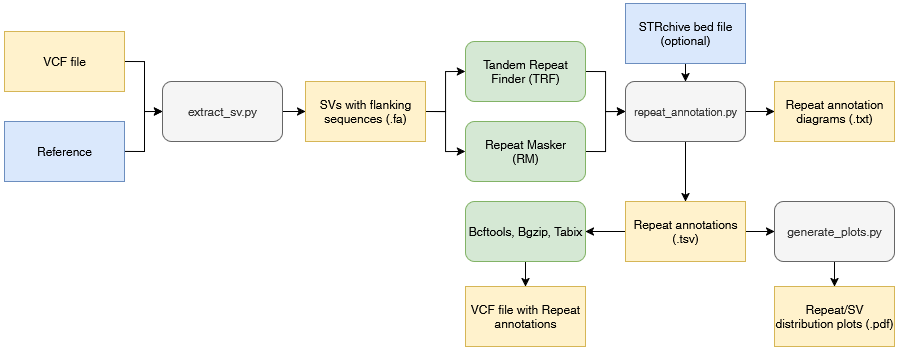
Earlier version of the draw.io export images/SVscanner_workflow.png (GenTechGp/SVscanner). Source tidied: cells renumbered, new cells last; positions are measured from the earlier drawing's top-left corner, leaving out a move shared by most shapes.
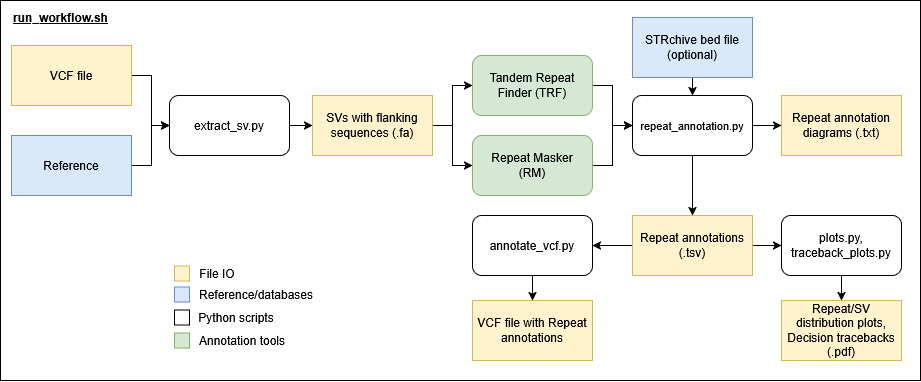
The same file after the commit.

What changed in the source:
```diff
@@ -2,89 +2,119 @@
   <root>
     <mxCell id="0" />
     <mxCell id="1" parent="0" />
+    <mxCell id="30" style="rounded=0;whiteSpace=wrap;html=1;" parent="1" vertex="1">
+      <mxGeometry x="-11" y="-17" width="920" height="380" as="geometry" />
+    </mxCell>
-    <mxCell id="2" style="edgeStyle=orthogonalEdgeStyle;rounded=0;jettySize=auto;html=1;exitX=1;exitY=0.5;exitDx=0;exitDy=0;entryX=0;entryY=0.5;entryDx=0;entryDy=0;" parent="1" edge="1" source="3" target="7">
+    <mxCell id="2" style="edgeStyle=orthogonalEdgeStyle;rounded=0;jettySize=auto;html=1;exitX=1;exitY=0.5;exitDx=0;exitDy=0;entryX=0;entryY=0.5;entryDx=0;entryDy=0;labelBackgroundColor=none;fontColor=default;" parent="1" edge="1" source="3" target="7">
       <mxGeometry relative="1" as="geometry" />
     </mxCell>
-    <mxCell id="3" value="VCF file" style="rounded=0;whiteSpace=wrap;html=1;fillColor=#fff2cc;strokeColor=#d6b656;" parent="1" vertex="1">
+    <mxCell id="3" value="VCF file" style="rounded=0;whiteSpace=wrap;html=1;labelBackgroundColor=none;fillColor=#fff2cc;strokeColor=#d6b656;" parent="1" vertex="1">
       <mxGeometry y="28" width="120" height="60" as="geometry" />
     </mxCell>
-    <mxCell id="4" style="edgeStyle=orthogonalEdgeStyle;rounded=0;jettySize=auto;html=1;exitX=1;exitY=0.5;exitDx=0;exitDy=0;" parent="1" edge="1" source="5" target="7">
+    <mxCell id="4" style="edgeStyle=orthogonalEdgeStyle;rounded=0;jettySize=auto;html=1;exitX=1;exitY=0.5;exitDx=0;exitDy=0;labelBackgroundColor=none;fontColor=default;" parent="1" edge="1" source="5" target="7">
       <mxGeometry relative="1" as="geometry" />
     </mxCell>
-    <mxCell id="5" value="&lt;div&gt;Reference&lt;/div&gt;" style="rounded=0;whiteSpace=wrap;html=1;fillColor=#dae8fc;strokeColor=#6c8ebf;" parent="1" vertex="1">
+    <mxCell id="5" value="&lt;div&gt;Reference&lt;/div&gt;" style="rounded=0;whiteSpace=wrap;html=1;labelBackgroundColor=none;fillColor=#dae8fc;strokeColor=#6c8ebf;" parent="1" vertex="1">
       <mxGeometry y="118" width="120" height="60" as="geometry" />
     </mxCell>
-    <mxCell id="6" style="edgeStyle=orthogonalEdgeStyle;rounded=0;jettySize=auto;html=1;exitX=1;exitY=0.5;exitDx=0;exitDy=0;entryX=0;entryY=0.5;entryDx=0;entryDy=0;" parent="1" edge="1" source="7" target="10">
+    <mxCell id="6" style="edgeStyle=orthogonalEdgeStyle;rounded=0;jettySize=auto;html=1;exitX=1;exitY=0.5;exitDx=0;exitDy=0;entryX=0;entryY=0.5;entryDx=0;entryDy=0;labelBackgroundColor=none;fontColor=default;" parent="1" edge="1" source="7" target="10">
       <mxGeometry relative="1" as="geometry" />
     </mxCell>
-    <mxCell id="7" value="extract_sv.py" style="rounded=1;whiteSpace=wrap;html=1;fillColor=#f5f5f5;strokeColor=#666666;fontColor=#333333;" parent="1" vertex="1">
+    <mxCell id="7" value="extract_sv.py" style="rounded=1;whiteSpace=wrap;html=1;labelBackgroundColor=none;" parent="1" vertex="1">
       <mxGeometry x="158" y="78" width="120" height="60" as="geometry" />
     </mxCell>
-    <mxCell id="8" style="edgeStyle=orthogonalEdgeStyle;rounded=0;jettySize=auto;html=1;exitX=1;exitY=0.5;exitDx=0;exitDy=0;entryX=0;entryY=0.5;entryDx=0;entryDy=0;" parent="1" edge="1" source="10" target="12">
+    <mxCell id="8" style="edgeStyle=orthogonalEdgeStyle;rounded=0;jettySize=auto;html=1;exitX=1;exitY=0.5;exitDx=0;exitDy=0;entryX=0;entryY=0.5;entryDx=0;entryDy=0;labelBackgroundColor=none;fontColor=default;" parent="1" edge="1" source="10" target="12">
       <mxGeometry relative="1" as="geometry" />
     </mxCell>
-    <mxCell id="9" style="edgeStyle=orthogonalEdgeStyle;rounded=0;jettySize=auto;html=1;exitX=1;exitY=0.5;exitDx=0;exitDy=0;entryX=0;entryY=0.5;entryDx=0;entryDy=0;" parent="1" edge="1" source="10" target="14">
+    <mxCell id="9" style="edgeStyle=orthogonalEdgeStyle;rounded=0;jettySize=auto;html=1;exitX=1;exitY=0.5;exitDx=0;exitDy=0;entryX=0;entryY=0.5;entryDx=0;entryDy=0;labelBackgroundColor=none;fontColor=default;" parent="1" edge="1" source="10" target="14">
       <mxGeometry relative="1" as="geometry" />
     </mxCell>
-    <mxCell id="10" value="&lt;div&gt;SVs with flanking&lt;/div&gt;&lt;div&gt;sequences (.fa)&lt;/div&gt;" style="rounded=0;whiteSpace=wrap;html=1;fillColor=#fff2cc;strokeColor=#d6b656;" parent="1" vertex="1">
+    <mxCell id="10" value="&lt;div&gt;SVs with flanking&lt;/div&gt;&lt;div&gt;sequences (.fa)&lt;/div&gt;" style="rounded=0;whiteSpace=wrap;html=1;labelBackgroundColor=none;fillColor=#fff2cc;strokeColor=#d6b656;" parent="1" vertex="1">
       <mxGeometry x="301" y="78" width="120" height="60" as="geometry" />
     </mxCell>
-    <mxCell id="11" style="edgeStyle=orthogonalEdgeStyle;rounded=0;jettySize=auto;html=1;exitX=1;exitY=0.5;exitDx=0;exitDy=0;" parent="1" edge="1" source="12" target="17">
+    <mxCell id="11" style="edgeStyle=orthogonalEdgeStyle;rounded=0;jettySize=auto;html=1;exitX=1;exitY=0.5;exitDx=0;exitDy=0;labelBackgroundColor=none;fontColor=default;" parent="1" edge="1" source="12" target="17">
       <mxGeometry relative="1" as="geometry" />
     </mxCell>
-    <mxCell id="12" value="Tandem Repeat Finder (TRF)" style="rounded=1;whiteSpace=wrap;html=1;fillColor=#d5e8d4;strokeColor=#82b366;" parent="1" vertex="1">
+    <mxCell id="12" value="Tandem Repeat Finder (TRF)" style="rounded=1;whiteSpace=wrap;html=1;labelBackgroundColor=none;fillColor=#d5e8d4;strokeColor=#82b366;" parent="1" vertex="1">
       <mxGeometry x="461" y="38" width="120" height="60" as="geometry" />
     </mxCell>
-    <mxCell id="13" style="edgeStyle=orthogonalEdgeStyle;rounded=0;jettySize=auto;html=1;exitX=1;exitY=0.5;exitDx=0;exitDy=0;entryX=0;entryY=0.5;entryDx=0;entryDy=0;" parent="1" edge="1" source="14" target="17">
+    <mxCell id="13" style="edgeStyle=orthogonalEdgeStyle;rounded=0;jettySize=auto;html=1;exitX=1;exitY=0.5;exitDx=0;exitDy=0;entryX=0;entryY=0.5;entryDx=0;entryDy=0;labelBackgroundColor=none;fontColor=default;" parent="1" edge="1" source="14" target="17">
       <mxGeometry relative="1" as="geometry" />
     </mxCell>
-    <mxCell id="14" value="&lt;div&gt;Repeat Masker&lt;/div&gt;&lt;div&gt;(RM)&lt;/div&gt;" style="rounded=1;whiteSpace=wrap;html=1;fillColor=#d5e8d4;strokeColor=#82b366;" parent="1" vertex="1">
+    <mxCell id="14" value="&lt;div&gt;Repeat Masker&lt;/div&gt;&lt;div&gt;(RM)&lt;/div&gt;" style="rounded=1;whiteSpace=wrap;html=1;labelBackgroundColor=none;fillColor=#d5e8d4;strokeColor=#82b366;" parent="1" vertex="1">
       <mxGeometry x="461" y="118" width="120" height="60" as="geometry" />
     </mxCell>
-    <mxCell id="15" style="edgeStyle=orthogonalEdgeStyle;rounded=0;jettySize=auto;html=1;" parent="1" edge="1" source="17" target="27">
+    <mxCell id="15" style="edgeStyle=orthogonalEdgeStyle;rounded=0;jettySize=auto;html=1;labelBackgroundColor=none;fontColor=default;" parent="1" edge="1" source="17" target="27">
       <mxGeometry relative="1" as="geometry" />
     </mxCell>
-    <mxCell id="16" style="edgeStyle=orthogonalEdgeStyle;rounded=0;jettySize=auto;html=1;" parent="1" edge="1" source="17" target="23">
+    <mxCell id="16" style="edgeStyle=orthogonalEdgeStyle;rounded=0;jettySize=auto;html=1;labelBackgroundColor=none;fontColor=default;" parent="1" edge="1" source="17" target="23">
       <mxGeometry relative="1" as="geometry" />
     </mxCell>
-    <mxCell id="17" value="&lt;font style=&quot;font-size: 11px;&quot;&gt;repeat_annotation.py&lt;/font&gt;" style="rounded=1;whiteSpace=wrap;html=1;fillColor=#f5f5f5;strokeColor=#666666;fontColor=#333333;" parent="1" vertex="1">
+    <mxCell id="17" value="&lt;font style=&quot;font-size: 11px;&quot;&gt;repeat_annotation.py&lt;/font&gt;" style="rounded=1;whiteSpace=wrap;html=1;labelBackgroundColor=none;" parent="1" vertex="1">
       <mxGeometry x="621" y="78" width="120" height="60" as="geometry" />
     </mxCell>
-    <mxCell id="18" style="edgeStyle=orthogonalEdgeStyle;rounded=0;jettySize=auto;html=1;" parent="1" edge="1" source="19" target="26">
+    <mxCell id="18" style="edgeStyle=orthogonalEdgeStyle;rounded=0;jettySize=auto;html=1;labelBackgroundColor=none;fontColor=default;" parent="1" edge="1" source="19" target="26">
       <mxGeometry relative="1" as="geometry" />
     </mxCell>
-    <mxCell id="19" value="generate_plots.py" style="rounded=1;whiteSpace=wrap;html=1;fillColor=#f5f5f5;strokeColor=#666666;fontColor=#333333;" parent="1" vertex="1">
+    <mxCell id="19" value="&lt;div&gt;plots.py,&lt;/div&gt;&lt;div&gt;traceback_plots.py&lt;/div&gt;" style="rounded=1;whiteSpace=wrap;html=1;labelBackgroundColor=none;" parent="1" vertex="1">
       <mxGeometry x="770" y="198" width="120" height="60" as="geometry" />
     </mxCell>
-    <mxCell id="20" value="VCF file with Repeat annotations" style="rounded=0;whiteSpace=wrap;html=1;fillColor=#fff2cc;strokeColor=#d6b656;" parent="1" vertex="1">
+    <mxCell id="20" value="VCF file with Repeat annotations" style="rounded=0;whiteSpace=wrap;html=1;labelBackgroundColor=none;fillColor=#fff2cc;strokeColor=#d6b656;" parent="1" vertex="1">
       <mxGeometry x="461" y="283" width="120" height="60" as="geometry" />
     </mxCell>
-    <mxCell id="21" style="edgeStyle=orthogonalEdgeStyle;rounded=0;jettySize=auto;html=1;" parent="1" edge="1" source="23" target="25">
+    <mxCell id="21" style="edgeStyle=orthogonalEdgeStyle;rounded=0;jettySize=auto;html=1;labelBackgroundColor=none;fontColor=default;" parent="1" edge="1" source="23" target="25">
       <mxGeometry relative="1" as="geometry" />
     </mxCell>
-    <mxCell id="22" style="edgeStyle=orthogonalEdgeStyle;rounded=0;jettySize=auto;html=1;" parent="1" edge="1" source="23" target="19">
+    <mxCell id="22" style="edgeStyle=orthogonalEdgeStyle;rounded=0;jettySize=auto;html=1;labelBackgroundColor=none;fontColor=default;" parent="1" edge="1" source="23" target="19">
       <mxGeometry relative="1" as="geometry" />
     </mxCell>
-    <mxCell id="23" value="Repeat annotations (.tsv)" style="rounded=0;whiteSpace=wrap;html=1;fillColor=#fff2cc;strokeColor=#d6b656;" parent="1" vertex="1">
+    <mxCell id="23" value="Repeat annotations (.tsv)" style="rounded=0;whiteSpace=wrap;html=1;labelBackgroundColor=none;fillColor=#fff2cc;strokeColor=#d6b656;" parent="1" vertex="1">
       <mxGeometry x="621" y="198" width="120" height="60" as="geometry" />
     </mxCell>
-    <mxCell id="24" style="edgeStyle=orthogonalEdgeStyle;rounded=0;jettySize=auto;html=1;" parent="1" edge="1" source="25" target="20">
+    <mxCell id="24" style="edgeStyle=orthogonalEdgeStyle;rounded=0;jettySize=auto;html=1;labelBackgroundColor=none;fontColor=default;" parent="1" edge="1" source="25" target="20">
       <mxGeometry relative="1" as="geometry" />
     </mxCell>
-    <mxCell id="25" value="Bcftools, Bgzip, Tabix" style="rounded=1;whiteSpace=wrap;html=1;fillColor=#d5e8d4;strokeColor=#82b366;" parent="1" vertex="1">
+    <mxCell id="25" value="annotate_vcf.py" style="rounded=1;whiteSpace=wrap;html=1;labelBackgroundColor=none;" parent="1" vertex="1">
       <mxGeometry x="461" y="198" width="120" height="60" as="geometry" />
     </mxCell>
-    <mxCell id="26" value="Repeat/SV distribution plots (.pdf)" style="rounded=0;whiteSpace=wrap;html=1;fillColor=#fff2cc;strokeColor=#d6b656;" parent="1" vertex="1">
+    <mxCell id="26" value="&lt;div&gt;Repeat/SV distribution plots,&lt;/div&gt;&lt;div&gt;Decision tracebacks (.pdf)&lt;/div&gt;" style="rounded=0;whiteSpace=wrap;html=1;labelBackgroundColor=none;fillColor=#fff2cc;strokeColor=#d6b656;" parent="1" vertex="1">
       <mxGeometry x="770" y="283" width="120" height="60" as="geometry" />
     </mxCell>
-    <mxCell id="27" value="Repeat annotation diagrams (.txt)" style="rounded=0;whiteSpace=wrap;html=1;fillColor=#fff2cc;strokeColor=#d6b656;" parent="1" vertex="1">
+    <mxCell id="27" value="Repeat annotation diagrams (.txt)" style="rounded=0;whiteSpace=wrap;html=1;labelBackgroundColor=none;fillColor=#fff2cc;strokeColor=#d6b656;" parent="1" vertex="1">
       <mxGeometry x="770" y="78" width="120" height="60" as="geometry" />
     </mxCell>
-    <mxCell id="28" style="edgeStyle=orthogonalEdgeStyle;rounded=0;jettySize=auto;html=1;exitX=0.5;exitY=1;exitDx=0;exitDy=0;entryX=0.5;entryY=0;entryDx=0;entryDy=0;" parent="1" edge="1" source="29" target="17">
+    <mxCell id="28" style="edgeStyle=orthogonalEdgeStyle;rounded=0;jettySize=auto;html=1;exitX=0.5;exitY=1;exitDx=0;exitDy=0;entryX=0.5;entryY=0;entryDx=0;entryDy=0;labelBackgroundColor=none;fontColor=default;" parent="1" edge="1" source="29" target="17">
       <mxGeometry relative="1" as="geometry" />
     </mxCell>
-    <mxCell id="29" value="STRchive bed file (optional)" style="rounded=0;whiteSpace=wrap;html=1;fillColor=#dae8fc;strokeColor=#6c8ebf;" parent="1" vertex="1">
+    <mxCell id="29" value="STRchive bed file (optional)" style="rounded=0;whiteSpace=wrap;html=1;labelBackgroundColor=none;fillColor=#dae8fc;strokeColor=#6c8ebf;" parent="1" vertex="1">
       <mxGeometry x="621" width="120" height="60" as="geometry" />
     </mxCell>
+    <mxCell id="31" value="File IO" style="text;html=1;whiteSpace=wrap;strokeColor=none;fillColor=none;align=center;verticalAlign=middle;rounded=0;" parent="1" vertex="1">
+      <mxGeometry x="186" y="247" width="40" height="18" as="geometry" />
+    </mxCell>
+    <mxCell id="32" value="Reference/databases" style="text;html=1;whiteSpace=wrap;strokeColor=none;fillColor=none;align=center;verticalAlign=middle;rounded=0;" parent="1" vertex="1">
+      <mxGeometry x="176" y="268" width="138" height="18" as="geometry" />
+    </mxCell>
+    <mxCell id="33" value="Python scripts" style="text;html=1;whiteSpace=wrap;strokeColor=none;fillColor=none;align=center;verticalAlign=middle;rounded=0;" parent="1" vertex="1">
+      <mxGeometry x="156" y="291" width="138" height="18" as="geometry" />
+    </mxCell>
+    <mxCell id="34" value="Annotation tools" style="text;html=1;whiteSpace=wrap;strokeColor=none;fillColor=none;align=center;verticalAlign=middle;rounded=0;" parent="1" vertex="1">
+      <mxGeometry x="162" y="314" width="138" height="18" as="geometry" />
+    </mxCell>
+    <mxCell id="35" style="whiteSpace=wrap;html=1;fillColor=#fff2cc;strokeColor=#d6b656;" parent="1" vertex="1">
+      <mxGeometry x="163" y="248.5" width="15" height="15" as="geometry" />
+    </mxCell>
+    <mxCell id="36" style="whiteSpace=wrap;html=1;fillColor=#dae8fc;strokeColor=#6c8ebf;" parent="1" vertex="1">
+      <mxGeometry x="163" y="269.5" width="15" height="15" as="geometry" />
+    </mxCell>
+    <mxCell id="37" style="whiteSpace=wrap;html=1;" parent="1" vertex="1">
+      <mxGeometry x="163" y="292.5" width="15" height="15" as="geometry" />
+    </mxCell>
+    <mxCell id="38" style="whiteSpace=wrap;html=1;fillColor=#d5e8d4;strokeColor=#82b366;" parent="1" vertex="1">
+      <mxGeometry x="163" y="315.5" width="15" height="15" as="geometry" />
+    </mxCell>
+    <mxCell id="39" value="&lt;u&gt;&lt;b&gt;run_workflow.sh&lt;/b&gt;&lt;/u&gt;" style="text;html=1;whiteSpace=wrap;strokeColor=none;fillColor=none;align=center;verticalAlign=middle;rounded=0;" parent="1" vertex="1">
+      <mxGeometry x="-5" y="-15" width="109" height="30" as="geometry" />
+    </mxCell>
   </root>
 </mxGraphModel>
```
